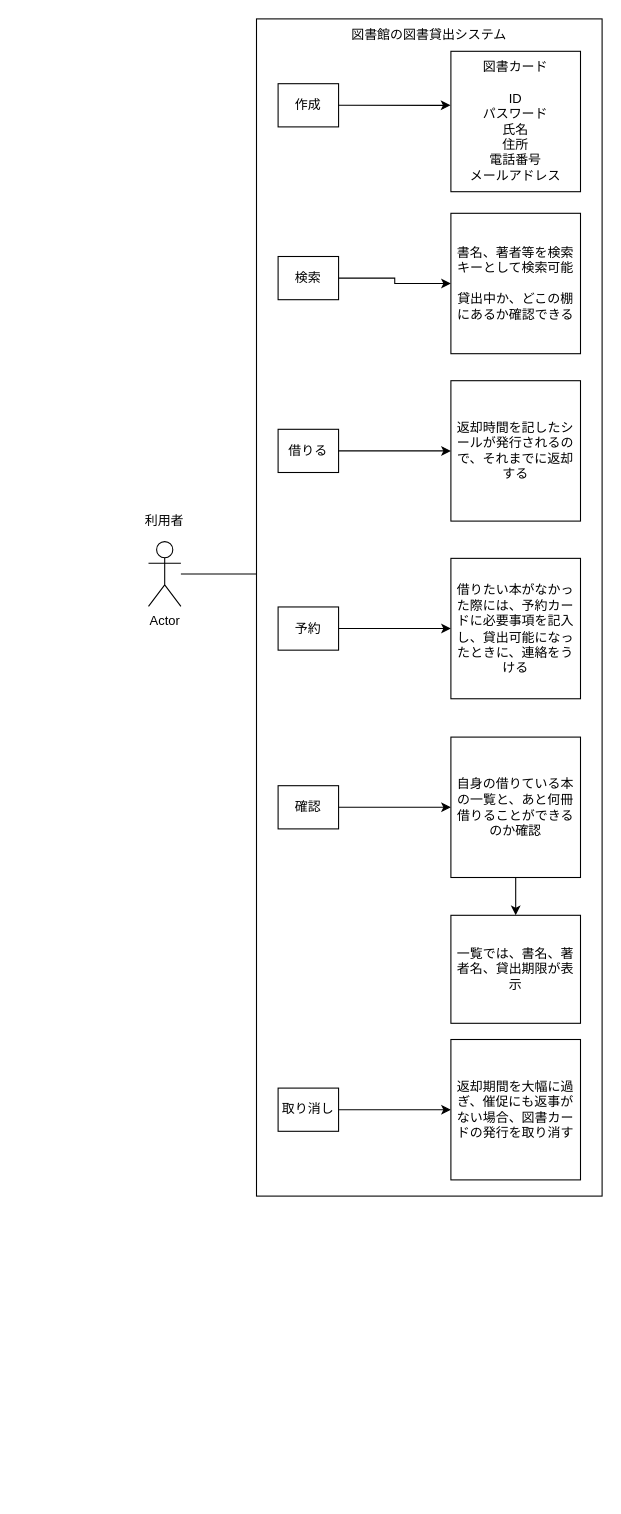
Earlier version of the draw.io diagram 図書２.drawio (FujikawaHirono0520/ohara_uml). Source tidied: cells renumbered, new cells numbered last; positions are measured from the earlier drawing's top-left corner, leaving out a move shared by most shapes. Both pictures are drawn from the tidied source at 108%, with x=0, y=0 at pixel (132, 18).
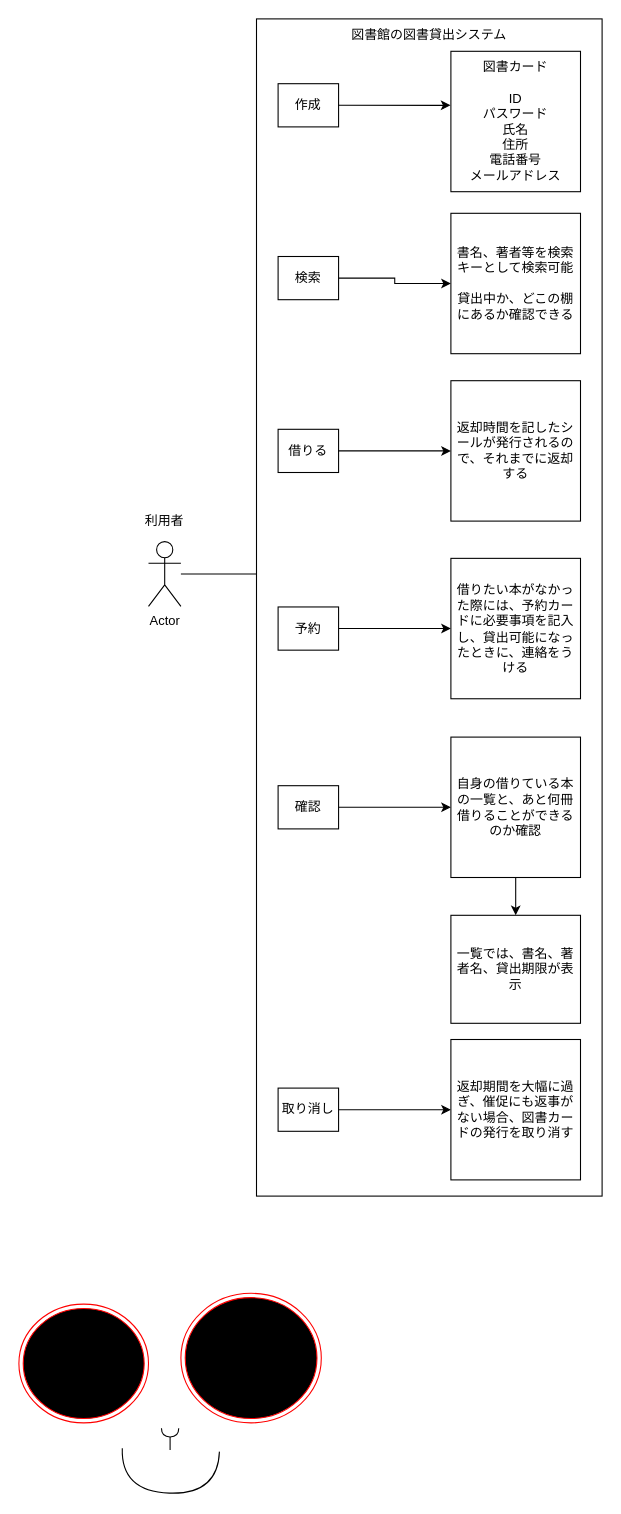
After the change.

Change to the diagram source:
```diff
@@
+    <mxCell id="27" style="ellipse;html=1;shape=endState;fillColor=#000000;strokeColor=#ff0000;" parent="1" vertex="1">
+      <mxGeometry x="-105" y="1190" width="120" height="110" as="geometry" />
+    </mxCell>
+    <mxCell id="28" style="ellipse;html=1;shape=endState;fillColor=#000000;strokeColor=#ff0000;" parent="1" vertex="1">
+      <mxGeometry x="45" y="1180" width="130" height="120" as="geometry" />
+    </mxCell>
+    <mxCell id="29" style="shape=requiredInterface;html=1;verticalLabelPosition=bottom;sketch=0;rotation=92;" parent="1" vertex="1">
+      <mxGeometry x="15" y="1300" width="40" height="90" as="geometry" />
+    </mxCell>
+    <mxCell id="30" style="rounded=0;jettySize=auto;html=1;endArrow=halfCircle;endFill=0;endSize=6;strokeWidth=1;sketch=0;fontSize=12;curved=1;" parent="1" edge="1" source="29">
+      <mxGeometry relative="1" as="geometry">
+        <mxPoint x="35" y="1305" as="targetPoint" />
+      </mxGeometry>
+    </mxCell>
+    <mxCell id="31" style="ellipse;whiteSpace=wrap;html=1;align=center;fillColor=none;strokeColor=none;perimeter=centerPerimeter;" parent="1" vertex="1">
+      <mxGeometry x="15" y="1300" width="10" height="10" as="geometry" />
+    </mxCell>
```
